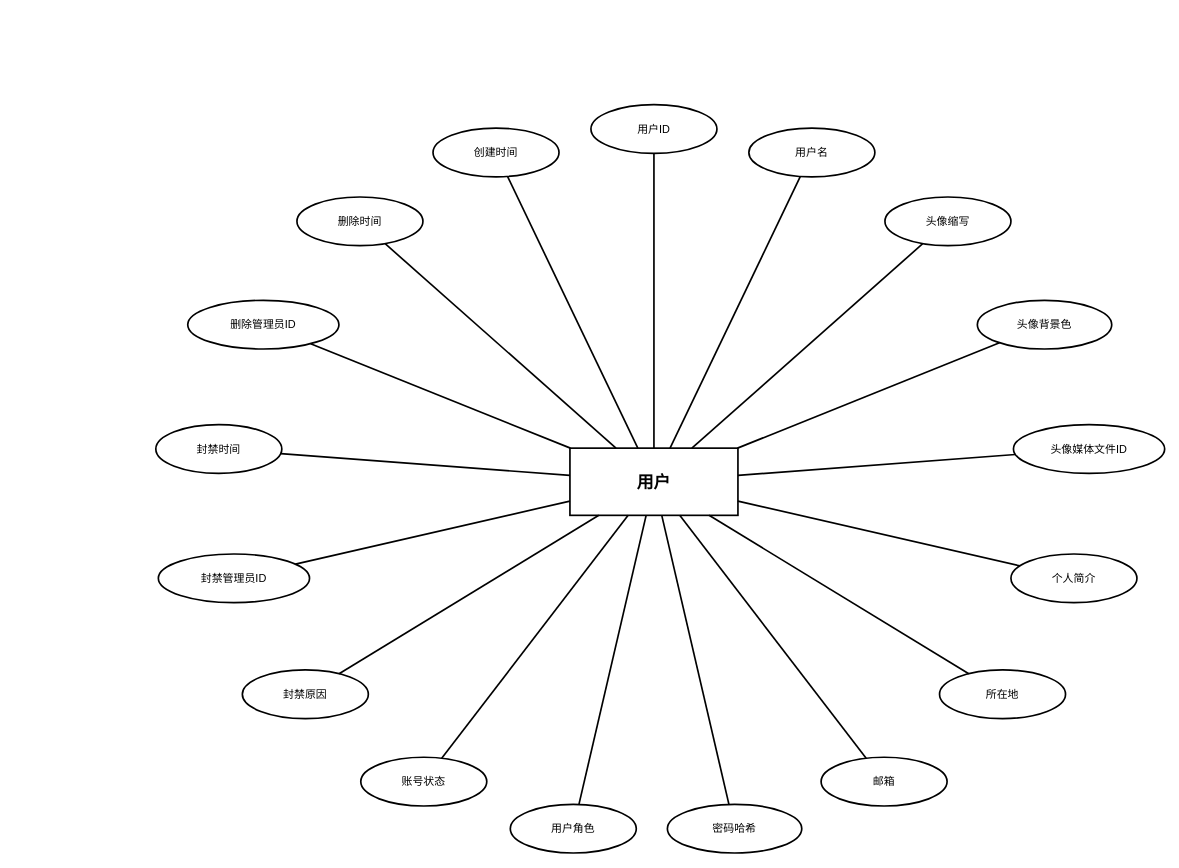
Above: DOCS/thesis/figures/entity-diagrams/users/users_entity.drawio in 612cs/TrailQuest (draw.io), before the change. Source tidied: cells renumbered, new cells numbered last; positions are measured from the earlier drawing's top-left corner, leaving out a move shared by most shapes. Both pictures are drawn from the tidied source at 84%, with x=0, y=0 at pixel (155, 104).
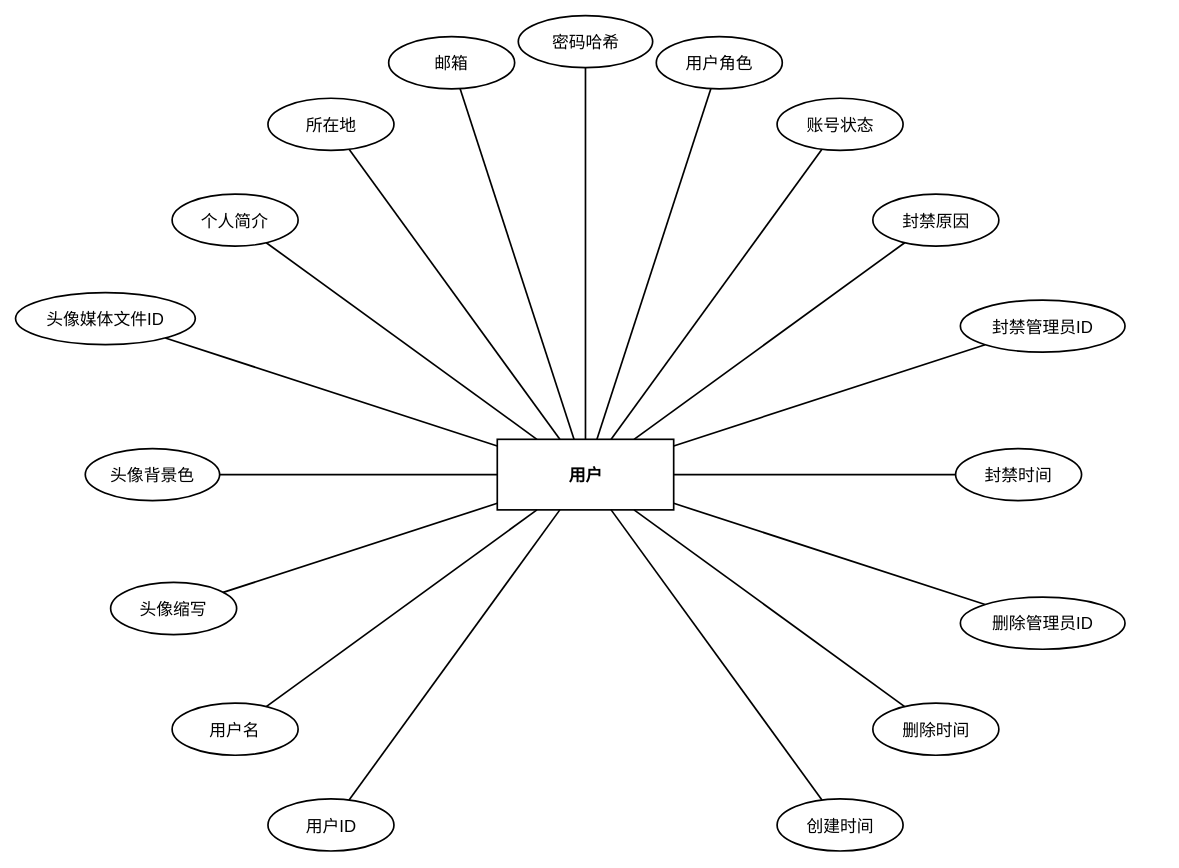
The same page after the edit.

What changed in the source:
```diff
@@
-    <mxCell id="2" value="用户" style="rounded=0;whiteSpace=wrap;html=1;fillColor=#ffffff;strokeColor=#000000;fontColor=#000000;fontFamily=Arial;fontSize=20;fontStyle=1;align=center;verticalAlign=middle;strokeWidth=2;" parent="1" vertex="1">
-      <mxGeometry x="493" y="409" width="200" height="80" as="geometry" />
+    <mxCell id="2" value="用户" style="rounded=0;whiteSpace=wrap;html=1;fillColor=none;strokeColor=#000000;fontColor=#000000;fontFamily=Arial;fontSize=20;fontStyle=1;align=center;verticalAlign=middle;strokeWidth=2;gradientColor=none;shadow=0;glass=0;" parent="1" vertex="1">
+      <mxGeometry x="406.5" y="398.5" width="210" height="84" as="geometry" />
     </mxCell>
-    <mxCell id="3" value="用户ID" style="ellipse;whiteSpace=wrap;html=1;fillColor=#ffffff;strokeColor=#000000;fontColor=#000000;fontFamily=Arial;fontSize=13;align=center;verticalAlign=middle;strokeWidth=2;" parent="1" vertex="1">
-      <mxGeometry x="518" width="150" height="58" as="geometry" />
+    <mxCell id="3" value="用户ID" style="ellipse;whiteSpace=wrap;html=1;fillColor=none;strokeColor=#000000;fontColor=#000000;fontFamily=Arial;fontSize=20;align=center;verticalAlign=middle;strokeWidth=2;gradientColor=none;shadow=0;glass=0;" parent="1" vertex="1">
+      <mxGeometry x="133.5" y="826.6" width="150" height="62" as="geometry" />
     </mxCell>
-    <mxCell id="4" value="用户名" style="ellipse;whiteSpace=wrap;html=1;fillColor=#ffffff;strokeColor=#000000;fontColor=#000000;fontFamily=Arial;fontSize=13;align=center;verticalAlign=middle;strokeWidth=2;" parent="1" vertex="1">
-      <mxGeometry x="706" y="28" width="150" height="58" as="geometry" />
+    <mxCell id="4" value="用户名" style="ellipse;whiteSpace=wrap;html=1;fillColor=none;strokeColor=#000000;fontColor=#000000;fontFamily=Arial;fontSize=20;align=center;verticalAlign=middle;strokeWidth=2;gradientColor=none;shadow=0;glass=0;" parent="1" vertex="1">
+      <mxGeometry x="19.4" y="712.6" width="150" height="62" as="geometry" />
     </mxCell>
-    <mxCell id="5" value="头像缩写" style="ellipse;whiteSpace=wrap;html=1;fillColor=#ffffff;strokeColor=#000000;fontColor=#000000;fontFamily=Arial;fontSize=13;align=center;verticalAlign=middle;strokeWidth=2;" parent="1" vertex="1">
-      <mxGeometry x="868" y="110" width="150" height="58" as="geometry" />
+    <mxCell id="5" value="头像缩写" style="ellipse;whiteSpace=wrap;html=1;fillColor=none;strokeColor=#000000;fontColor=#000000;fontFamily=Arial;fontSize=20;align=center;verticalAlign=middle;strokeWidth=2;gradientColor=none;shadow=0;glass=0;" parent="1" vertex="1">
+      <mxGeometry x="-53.8" y="568.9" width="150" height="62" as="geometry" />
     </mxCell>
-    <mxCell id="6" value="头像背景色" style="ellipse;whiteSpace=wrap;html=1;fillColor=#ffffff;strokeColor=#000000;fontColor=#000000;fontFamily=Arial;fontSize=13;align=center;verticalAlign=middle;strokeWidth=2;" parent="1" vertex="1">
-      <mxGeometry x="978" y="233" width="160" height="58" as="geometry" />
+    <mxCell id="6" value="头像背景色" style="ellipse;whiteSpace=wrap;html=1;fillColor=none;strokeColor=#000000;fontColor=#000000;fontFamily=Arial;fontSize=20;align=center;verticalAlign=middle;strokeWidth=2;gradientColor=none;shadow=0;glass=0;" parent="1" vertex="1">
+      <mxGeometry x="-84" y="409.5" width="160" height="62" as="geometry" />
     </mxCell>
-    <mxCell id="7" value="头像媒体文件ID" style="ellipse;whiteSpace=wrap;html=1;fillColor=#ffffff;strokeColor=#000000;fontColor=#000000;fontFamily=Arial;fontSize=13;align=center;verticalAlign=middle;strokeWidth=2;" parent="1" vertex="1">
-      <mxGeometry x="1021" y="381" width="180" height="58" as="geometry" />
+    <mxCell id="7" value="头像媒体文件ID" style="ellipse;whiteSpace=wrap;html=1;fillColor=none;strokeColor=#000000;fontColor=#000000;fontFamily=Arial;fontSize=20;align=center;verticalAlign=middle;strokeWidth=2;gradientColor=none;shadow=0;glass=0;" parent="1" vertex="1">
+      <mxGeometry x="-167" y="223.8" width="214" height="62" as="geometry" />
     </mxCell>
-    <mxCell id="8" value="个人简介" style="ellipse;whiteSpace=wrap;html=1;fillColor=#ffffff;strokeColor=#000000;fontColor=#000000;fontFamily=Arial;fontSize=13;align=center;verticalAlign=middle;strokeWidth=2;" parent="1" vertex="1">
-      <mxGeometry x="1018" y="535" width="150" height="58" as="geometry" />
+    <mxCell id="8" value="个人简介" style="ellipse;whiteSpace=wrap;html=1;fillColor=none;strokeColor=#000000;fontColor=#000000;fontFamily=Arial;fontSize=20;align=center;verticalAlign=middle;strokeWidth=2;gradientColor=none;shadow=0;glass=0;" parent="1" vertex="1">
+      <mxGeometry x="19.4" y="106.5" width="150" height="62" as="geometry" />
     </mxCell>
-    <mxCell id="9" value="所在地" style="ellipse;whiteSpace=wrap;html=1;fillColor=#ffffff;strokeColor=#000000;fontColor=#000000;fontFamily=Arial;fontSize=13;align=center;verticalAlign=middle;strokeWidth=2;" parent="1" vertex="1">
-      <mxGeometry x="933" y="673" width="150" height="58" as="geometry" />
+    <mxCell id="9" value="所在地" style="ellipse;whiteSpace=wrap;html=1;fillColor=none;strokeColor=#000000;fontColor=#000000;fontFamily=Arial;fontSize=20;align=center;verticalAlign=middle;strokeWidth=2;gradientColor=none;shadow=0;glass=0;" parent="1" vertex="1">
+      <mxGeometry x="133.5" y="-7.5" width="150" height="62" as="geometry" />
     </mxCell>
-    <mxCell id="10" value="邮箱" style="ellipse;whiteSpace=wrap;html=1;fillColor=#ffffff;strokeColor=#000000;fontColor=#000000;fontFamily=Arial;fontSize=13;align=center;verticalAlign=middle;strokeWidth=2;" parent="1" vertex="1">
-      <mxGeometry x="792" y="777" width="150" height="58" as="geometry" />
+    <mxCell id="10" value="邮箱" style="ellipse;whiteSpace=wrap;html=1;fillColor=none;strokeColor=#000000;fontColor=#000000;fontFamily=Arial;fontSize=20;align=center;verticalAlign=middle;strokeWidth=2;gradientColor=none;shadow=0;glass=0;" parent="1" vertex="1">
+      <mxGeometry x="277.2" y="-80.8" width="150" height="62" as="geometry" />
     </mxCell>
-    <mxCell id="11" value="密码哈希" style="ellipse;whiteSpace=wrap;html=1;fillColor=#ffffff;strokeColor=#000000;fontColor=#000000;fontFamily=Arial;fontSize=13;align=center;verticalAlign=middle;strokeWidth=2;" parent="1" vertex="1">
-      <mxGeometry x="609" y="833" width="160" height="58" as="geometry" />
+    <mxCell id="11" value="密码哈希" style="ellipse;whiteSpace=wrap;html=1;fillColor=none;strokeColor=#000000;fontColor=#000000;fontFamily=Arial;fontSize=20;align=center;verticalAlign=middle;strokeWidth=2;gradientColor=none;shadow=0;glass=0;" parent="1" vertex="1">
+      <mxGeometry x="431.5" y="-106" width="160" height="62" as="geometry" />
     </mxCell>
-    <mxCell id="12" value="用户角色" style="ellipse;whiteSpace=wrap;html=1;fillColor=#ffffff;strokeColor=#000000;fontColor=#000000;fontFamily=Arial;fontSize=13;align=center;verticalAlign=middle;strokeWidth=2;" parent="1" vertex="1">
-      <mxGeometry x="422" y="833" width="150" height="58" as="geometry" />
+    <mxCell id="12" value="用户角色" style="ellipse;whiteSpace=wrap;html=1;fillColor=none;strokeColor=#000000;fontColor=#000000;fontFamily=Arial;fontSize=20;align=center;verticalAlign=middle;strokeWidth=2;gradientColor=none;shadow=0;glass=0;" parent="1" vertex="1">
+      <mxGeometry x="595.8" y="-80.8" width="150" height="62" as="geometry" />
     </mxCell>
-    <mxCell id="13" value="账号状态" style="ellipse;whiteSpace=wrap;html=1;fillColor=#ffffff;strokeColor=#000000;fontColor=#000000;fontFamily=Arial;fontSize=13;align=center;verticalAlign=middle;strokeWidth=2;" parent="1" vertex="1">
-      <mxGeometry x="244" y="777" width="150" height="58" as="geometry" />
+    <mxCell id="13" value="账号状态" style="ellipse;whiteSpace=wrap;html=1;fillColor=none;strokeColor=#000000;fontColor=#000000;fontFamily=Arial;fontSize=20;align=center;verticalAlign=middle;strokeWidth=2;gradientColor=none;shadow=0;glass=0;" parent="1" vertex="1">
+      <mxGeometry x="739.6" y="-7.5" width="150" height="62" as="geometry" />
     </mxCell>
-    <mxCell id="14" value="封禁原因" style="ellipse;whiteSpace=wrap;html=1;fillColor=#ffffff;strokeColor=#000000;fontColor=#000000;fontFamily=Arial;fontSize=13;align=center;verticalAlign=middle;strokeWidth=2;" parent="1" vertex="1">
-      <mxGeometry x="103" y="673" width="150" height="58" as="geometry" />
+    <mxCell id="14" value="封禁原因" style="ellipse;whiteSpace=wrap;html=1;fillColor=none;strokeColor=#000000;fontColor=#000000;fontFamily=Arial;fontSize=20;align=center;verticalAlign=middle;strokeWidth=2;gradientColor=none;shadow=0;glass=0;" parent="1" vertex="1">
+      <mxGeometry x="853.6" y="106.5" width="150" height="62" as="geometry" />
     </mxCell>
-    <mxCell id="15" value="封禁管理员ID" style="ellipse;whiteSpace=wrap;html=1;fillColor=#ffffff;strokeColor=#000000;fontColor=#000000;fontFamily=Arial;fontSize=13;align=center;verticalAlign=middle;strokeWidth=2;" parent="1" vertex="1">
-      <mxGeometry x="3" y="535" width="180" height="58" as="geometry" />
+    <mxCell id="15" value="封禁管理员ID" style="ellipse;whiteSpace=wrap;html=1;fillColor=none;strokeColor=#000000;fontColor=#000000;fontFamily=Arial;fontSize=20;align=center;verticalAlign=middle;strokeWidth=2;gradientColor=none;shadow=0;glass=0;" parent="1" vertex="1">
+      <mxGeometry x="957.8" y="232.7" width="196" height="62" as="geometry" />
     </mxCell>
-    <mxCell id="16" value="封禁时间" style="ellipse;whiteSpace=wrap;html=1;fillColor=#ffffff;strokeColor=#000000;fontColor=#000000;fontFamily=Arial;fontSize=13;align=center;verticalAlign=middle;strokeWidth=2;" parent="1" vertex="1">
-      <mxGeometry y="381" width="150" height="58" as="geometry" />
+    <mxCell id="16" value="封禁时间" style="ellipse;whiteSpace=wrap;html=1;fillColor=none;strokeColor=#000000;fontColor=#000000;fontFamily=Arial;fontSize=20;align=center;verticalAlign=middle;strokeWidth=2;gradientColor=none;shadow=0;glass=0;" parent="1" vertex="1">
+      <mxGeometry x="952.1" y="409.5" width="150" height="62" as="geometry" />
     </mxCell>
-    <mxCell id="17" value="删除管理员ID" style="ellipse;whiteSpace=wrap;html=1;fillColor=#ffffff;strokeColor=#000000;fontColor=#000000;fontFamily=Arial;fontSize=13;align=center;verticalAlign=middle;strokeWidth=2;" parent="1" vertex="1">
-      <mxGeometry x="38" y="233" width="180" height="58" as="geometry" />
+    <mxCell id="17" value="删除管理员ID" style="ellipse;whiteSpace=wrap;html=1;fillColor=none;strokeColor=#000000;fontColor=#000000;fontFamily=Arial;fontSize=20;align=center;verticalAlign=middle;strokeWidth=2;gradientColor=none;shadow=0;glass=0;" parent="1" vertex="1">
+      <mxGeometry x="957.8" y="586.4" width="196" height="62" as="geometry" />
     </mxCell>
-    <mxCell id="18" value="删除时间" style="ellipse;whiteSpace=wrap;html=1;fillColor=#ffffff;strokeColor=#000000;fontColor=#000000;fontFamily=Arial;fontSize=13;align=center;verticalAlign=middle;strokeWidth=2;" parent="1" vertex="1">
-      <mxGeometry x="168" y="110" width="150" height="58" as="geometry" />
+    <mxCell id="18" value="删除时间" style="ellipse;whiteSpace=wrap;html=1;fillColor=none;strokeColor=#000000;fontColor=#000000;fontFamily=Arial;fontSize=20;align=center;verticalAlign=middle;strokeWidth=2;gradientColor=none;shadow=0;glass=0;" parent="1" vertex="1">
+      <mxGeometry x="853.6" y="712.6" width="150" height="62" as="geometry" />
     </mxCell>
-    <mxCell id="19" value="创建时间" style="ellipse;whiteSpace=wrap;html=1;fillColor=#ffffff;strokeColor=#000000;fontColor=#000000;fontFamily=Arial;fontSize=13;align=center;verticalAlign=middle;strokeWidth=2;" parent="1" vertex="1">
-      <mxGeometry x="330" y="28" width="150" height="58" as="geometry" />
+    <mxCell id="19" value="创建时间" style="ellipse;whiteSpace=wrap;html=1;fillColor=none;strokeColor=#000000;fontColor=#000000;fontFamily=Arial;fontSize=20;align=center;verticalAlign=middle;strokeWidth=2;gradientColor=none;shadow=0;glass=0;" parent="1" vertex="1">
+      <mxGeometry x="739.6" y="826.6" width="150" height="62" as="geometry" />
     </mxCell>
```
